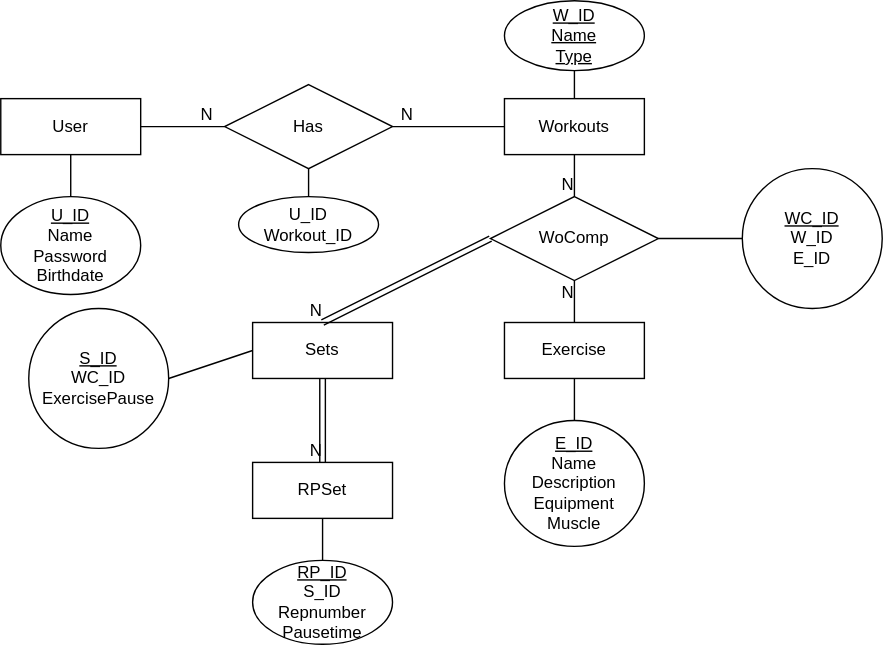
willizielke/FitnessWebAppDocumentation keeps this draw.io diagram as EER-Diagramm.drawio.svg. Above is the earlier version. Source tidied: cells renumbered, new cells last; positions are measured from the earlier drawing's top-left corner, leaving out a move shared by most shapes.
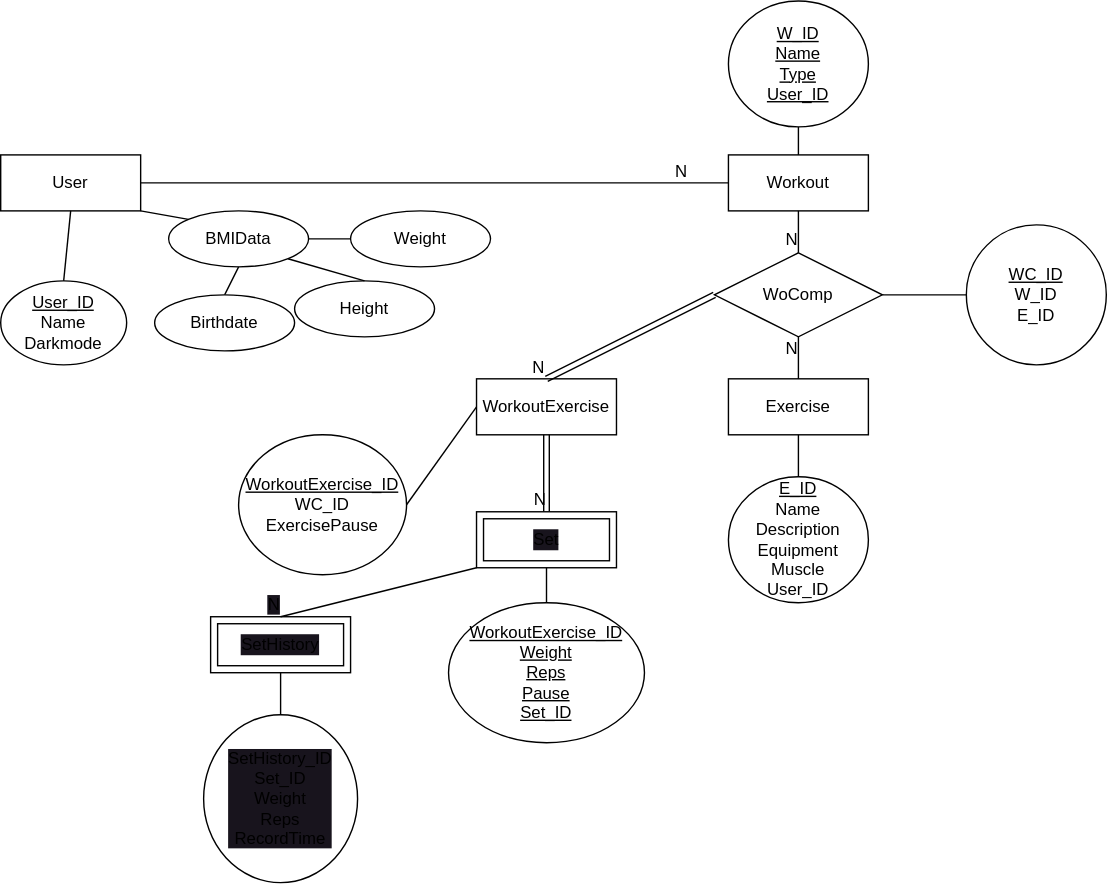
The same file after the commit.

Commit message:
Update EER Diagram

What changed in the source:
```diff
@@ -3,33 +3,22 @@
     <mxCell id="0" />
     <mxCell id="1" parent="0" />
     <mxCell id="2" value="User" style="whiteSpace=wrap;html=1;align=center;" parent="1" vertex="1">
-      <mxGeometry y="70" width="100" height="40" as="geometry" />
+      <mxGeometry x="-160" y="70" width="100" height="40" as="geometry" />
     </mxCell>
-    <mxCell id="3" value="Workouts" style="whiteSpace=wrap;html=1;align=center;" parent="1" vertex="1">
+    <mxCell id="3" value="Workout" style="whiteSpace=wrap;html=1;align=center;" parent="1" vertex="1">
       <mxGeometry x="360" y="70" width="100" height="40" as="geometry" />
     </mxCell>
     <mxCell id="4" value="Exercise" style="whiteSpace=wrap;html=1;align=center;" parent="1" vertex="1">
       <mxGeometry x="360" y="230" width="100" height="40" as="geometry" />
     </mxCell>
-    <mxCell id="5" value="Has" style="shape=rhombus;perimeter=rhombusPerimeter;whiteSpace=wrap;html=1;align=center;" parent="1" vertex="1">
-      <mxGeometry x="160" y="60" width="120" height="60" as="geometry" />
-    </mxCell>
-    <mxCell id="6" style="endArrow=none;html=1;rounded=0;exitX=1;exitY=0.5;exitDx=0;exitDy=0;entryX=0;entryY=0.5;entryDx=0;entryDy=0;" parent="1" edge="1" source="5" target="3">
+    <mxCell id="6" style="endArrow=none;html=1;rounded=0;exitX=1;exitY=0.5;exitDx=0;exitDy=0;entryX=0;entryY=0.5;entryDx=0;entryDy=0;" parent="1" edge="1" source="2" target="3">
       <mxGeometry relative="1" as="geometry" />
     </mxCell>
     <mxCell id="7" value="N" style="html=1;align=right;verticalAlign=bottom;" parent="6" vertex="1">
       <mxGeometry x="1" relative="1" as="geometry">
-        <mxPoint x="-65" as="offset" />
+        <mxPoint x="-29" as="offset" />
       </mxGeometry>
     </mxCell>
-    <mxCell id="8" style="endArrow=none;html=1;rounded=0;exitX=0;exitY=0.5;exitDx=0;exitDy=0;entryX=1;entryY=0.5;entryDx=0;entryDy=0;" parent="1" edge="1" source="5" target="2">
-      <mxGeometry relative="1" as="geometry" />
-    </mxCell>
-    <mxCell id="9" value="N" style="html=1;align=right;verticalAlign=bottom;" parent="8" vertex="1">
-      <mxGeometry x="1" relative="1" as="geometry">
-        <mxPoint x="52" as="offset" />
-      </mxGeometry>
-    </mxCell>
     <mxCell id="10" style="endArrow=none;html=1;rounded=0;exitX=0.5;exitY=1;exitDx=0;exitDy=0;entryX=0.5;entryY=0;entryDx=0;entryDy=0;" parent="1" edge="1" source="14" target="4">
       <mxGeometry relative="1" as="geometry" />
     </mxCell>
@@ -38,7 +27,7 @@
         <mxPoint y="-13" as="offset" />
       </mxGeometry>
     </mxCell>
-    <mxCell id="12" value="&lt;u&gt;E_ID&lt;/u&gt;&lt;br&gt;Name&lt;br&gt;Description&lt;br&gt;Equipment&lt;br&gt;Muscle" style="ellipse;whiteSpace=wrap;html=1;align=center;" parent="1" vertex="1">
+    <mxCell id="12" value="&lt;u&gt;E_ID&lt;/u&gt;&lt;br&gt;Name&lt;br&gt;Description&lt;br&gt;Equipment&lt;br&gt;Muscle&lt;br&gt;User_ID" style="ellipse;whiteSpace=wrap;html=1;align=center;" parent="1" vertex="1">
       <mxGeometry x="360" y="300" width="100" height="90" as="geometry" />
     </mxCell>
     <mxCell id="13" style="endArrow=none;html=1;rounded=0;exitX=0.5;exitY=0;exitDx=0;exitDy=0;entryX=0.5;entryY=1;entryDx=0;entryDy=0;" parent="1" edge="1" source="12" target="4">
@@ -60,20 +49,14 @@
         <mxPoint y="30" as="offset" />
       </mxGeometry>
     </mxCell>
-    <mxCell id="17" value="U_ID&lt;br&gt;Workout_ID" style="ellipse;whiteSpace=wrap;html=1;align=center;" parent="1" vertex="1">
-      <mxGeometry x="170" y="140" width="100" height="40" as="geometry" />
-    </mxCell>
-    <mxCell id="18" style="endArrow=none;html=1;rounded=0;exitX=0.5;exitY=0;exitDx=0;exitDy=0;entryX=0.5;entryY=1;entryDx=0;entryDy=0;" parent="1" edge="1" source="17" target="5">
-      <mxGeometry relative="1" as="geometry" />
-    </mxCell>
-    <mxCell id="19" value="&lt;u&gt;U_ID&lt;br&gt;&lt;/u&gt;Name&lt;br&gt;Password&lt;br&gt;Birthdate" style="ellipse;whiteSpace=wrap;html=1;align=center;" parent="1" vertex="1">
-      <mxGeometry y="140" width="100" height="70" as="geometry" />
+    <mxCell id="19" value="&lt;u&gt;User_ID&lt;br&gt;&lt;/u&gt;Name&lt;br&gt;Darkmode" style="ellipse;whiteSpace=wrap;html=1;align=center;" parent="1" vertex="1">
+      <mxGeometry x="-160" y="160" width="90" height="60" as="geometry" />
     </mxCell>
     <mxCell id="20" style="endArrow=none;html=1;rounded=0;exitX=0.5;exitY=0;exitDx=0;exitDy=0;entryX=0.5;entryY=1;entryDx=0;entryDy=0;" parent="1" edge="1" source="19" target="2">
       <mxGeometry relative="1" as="geometry" />
     </mxCell>
-    <mxCell id="21" value="W_ID&lt;br&gt;Name&lt;br&gt;Type" style="ellipse;whiteSpace=wrap;html=1;align=center;fontStyle=4;" parent="1" vertex="1">
-      <mxGeometry x="360" width="100" height="50" as="geometry" />
+    <mxCell id="21" value="W_ID&lt;br&gt;Name&lt;br&gt;Type&lt;br&gt;User_ID" style="ellipse;whiteSpace=wrap;html=1;align=center;fontStyle=4;" parent="1" vertex="1">
+      <mxGeometry x="360" y="-40" width="100" height="90" as="geometry" />
     </mxCell>
     <mxCell id="22" style="endArrow=none;html=1;rounded=0;exitX=0.5;exitY=0;exitDx=0;exitDy=0;entryX=0.5;entryY=1;entryDx=0;entryDy=0;" parent="1" edge="1" source="3" target="21">
       <mxGeometry relative="1" as="geometry" />
@@ -84,7 +67,7 @@
     <mxCell id="24" style="endArrow=none;html=1;rounded=0;exitX=1;exitY=0.5;exitDx=0;exitDy=0;entryX=0;entryY=0.5;entryDx=0;entryDy=0;" parent="1" edge="1" source="14" target="23">
       <mxGeometry relative="1" as="geometry" />
     </mxCell>
-    <mxCell id="25" value="Sets" style="whiteSpace=wrap;html=1;align=center;" parent="1" vertex="1">
+    <mxCell id="25" value="WorkoutExercise" style="whiteSpace=wrap;html=1;align=center;" parent="1" vertex="1">
       <mxGeometry x="180" y="230" width="100" height="40" as="geometry" />
     </mxCell>
     <mxCell id="26" style="shape=link;html=1;rounded=0;entryX=0.5;entryY=0;entryDx=0;entryDy=0;exitX=0;exitY=0.5;exitDx=0;exitDy=0;" parent="1" edge="1" source="14" target="25">
@@ -93,26 +76,65 @@
     <mxCell id="27" value="N" style="html=1;align=right;verticalAlign=bottom;" parent="26" vertex="1">
       <mxGeometry x="1" relative="1" as="geometry" />
     </mxCell>
-    <mxCell id="28" value="&lt;u&gt;S_ID&lt;/u&gt;&lt;br&gt;WC_ID&lt;br&gt;ExercisePause" style="ellipse;whiteSpace=wrap;html=1;align=center;" parent="1" vertex="1">
-      <mxGeometry x="20" y="220" width="100" height="100" as="geometry" />
+    <mxCell id="28" value="&lt;u&gt;WorkoutExercise_ID&lt;/u&gt;&lt;br&gt;WC_ID&lt;br&gt;ExercisePause" style="ellipse;whiteSpace=wrap;html=1;align=center;" parent="1" vertex="1">
+      <mxGeometry x="10" y="270" width="120" height="100" as="geometry" />
     </mxCell>
     <mxCell id="29" style="endArrow=none;html=1;rounded=0;exitX=0;exitY=0.5;exitDx=0;exitDy=0;entryX=1;entryY=0.5;entryDx=0;entryDy=0;" parent="1" edge="1" source="25" target="28">
       <mxGeometry relative="1" as="geometry" />
     </mxCell>
-    <mxCell id="30" value="RPSet" style="whiteSpace=wrap;html=1;align=center;" parent="1" vertex="1">
-      <mxGeometry x="180" y="330" width="100" height="40" as="geometry" />
-    </mxCell>
-    <mxCell id="31" style="shape=link;html=1;rounded=0;exitX=0.5;exitY=1;exitDx=0;exitDy=0;" parent="1" edge="1" source="25" target="30">
+    <mxCell id="31" style="shape=link;html=1;rounded=0;exitX=0.5;exitY=1;exitDx=0;exitDy=0;entryX=0.5;entryY=0;entryDx=0;entryDy=0;" parent="1" edge="1" source="25" target="43">
       <mxGeometry relative="1" as="geometry" />
     </mxCell>
     <mxCell id="32" value="N" style="html=1;align=right;verticalAlign=bottom;" parent="31" vertex="1">
       <mxGeometry x="1" relative="1" as="geometry" />
     </mxCell>
-    <mxCell id="33" value="&lt;u&gt;RP_ID&lt;br&gt;&lt;/u&gt;S_ID&lt;br&gt;Repnumber&lt;br&gt;Pausetime" style="ellipse;whiteSpace=wrap;html=1;align=center;" parent="1" vertex="1">
-      <mxGeometry x="180" y="400" width="100" height="60" as="geometry" />
+    <mxCell id="33" value="&lt;u&gt;WorkoutExercise_ID&lt;br&gt;Weight&lt;br&gt;Reps&lt;br&gt;Pause&lt;br&gt;Set_ID&lt;br&gt;&lt;/u&gt;" style="ellipse;whiteSpace=wrap;html=1;align=center;" parent="1" vertex="1">
+      <mxGeometry x="160" y="390" width="140" height="100" as="geometry" />
     </mxCell>
-    <mxCell id="34" style="endArrow=none;html=1;rounded=0;exitX=0.5;exitY=0;exitDx=0;exitDy=0;entryX=0.5;entryY=1;entryDx=0;entryDy=0;" parent="1" edge="1" source="33" target="30">
-      <mxGeometry relative="1" as="geometry" />
-    </mxCell>
+    <mxCell id="35" value="BMIData" style="ellipse;whiteSpace=wrap;html=1;align=center;" parent="1" vertex="1">
+      <mxGeometry x="-40" y="110" width="100" height="40" as="geometry" />
+    </mxCell>
+    <mxCell id="36" value="Height" style="ellipse;whiteSpace=wrap;html=1;align=center;" parent="1" vertex="1">
+      <mxGeometry x="50" y="160" width="100" height="40" as="geometry" />
+    </mxCell>
+    <mxCell id="37" value="Weight" style="ellipse;whiteSpace=wrap;html=1;align=center;" parent="1" vertex="1">
+      <mxGeometry x="90" y="110" width="100" height="40" as="geometry" />
+    </mxCell>
+    <mxCell id="38" style="endArrow=none;html=1;rounded=0;exitX=0.5;exitY=0;exitDx=0;exitDy=0;entryX=0.5;entryY=1;entryDx=0;entryDy=0;" parent="1" edge="1" source="42" target="35">
+      <mxGeometry relative="1" as="geometry" />
+    </mxCell>
+    <mxCell id="39" style="endArrow=none;html=1;rounded=0;exitX=0.5;exitY=0;exitDx=0;exitDy=0;entryX=1;entryY=1;entryDx=0;entryDy=0;" parent="1" edge="1" source="36" target="35">
+      <mxGeometry relative="1" as="geometry" />
+    </mxCell>
+    <mxCell id="40" style="endArrow=none;html=1;rounded=0;exitX=1;exitY=0.5;exitDx=0;exitDy=0;entryX=0;entryY=0.5;entryDx=0;entryDy=0;" parent="1" edge="1" source="35" target="37">
+      <mxGeometry relative="1" as="geometry" />
+    </mxCell>
+    <mxCell id="41" style="endArrow=none;html=1;rounded=0;exitX=0;exitY=0;exitDx=0;exitDy=0;entryX=1;entryY=1;entryDx=0;entryDy=0;" parent="1" edge="1" source="35" target="2">
+      <mxGeometry relative="1" as="geometry" />
+    </mxCell>
+    <mxCell id="42" value="Birthdate" style="ellipse;whiteSpace=wrap;html=1;align=center;" parent="1" vertex="1">
+      <mxGeometry x="-50" y="170" width="100" height="40" as="geometry" />
+    </mxCell>
+    <mxCell id="43" value="Set" style="shape=ext;margin=3;double=1;whiteSpace=wrap;html=1;align=center;labelBackgroundColor=#18141D;" parent="1" vertex="1">
+      <mxGeometry x="180" y="325" width="100" height="40" as="geometry" />
+    </mxCell>
+    <mxCell id="44" style="endArrow=none;html=1;rounded=0;exitX=0.5;exitY=1;exitDx=0;exitDy=0;entryX=0.5;entryY=0;entryDx=0;entryDy=0;" parent="1" edge="1" source="43" target="33">
+      <mxGeometry relative="1" as="geometry" />
+    </mxCell>
+    <mxCell id="45" value="SetHistory" style="shape=ext;margin=3;double=1;whiteSpace=wrap;html=1;align=center;labelBackgroundColor=#18141D;" parent="1" vertex="1">
+      <mxGeometry x="-10" y="400" width="100" height="40" as="geometry" />
+    </mxCell>
+    <mxCell id="46" style="endArrow=none;html=1;rounded=0;exitX=0;exitY=1;exitDx=0;exitDy=0;entryX=0.5;entryY=0;entryDx=0;entryDy=0;" parent="1" edge="1" source="43" target="45">
+      <mxGeometry relative="1" as="geometry" />
+    </mxCell>
+    <mxCell id="9" value="N" style="html=1;align=right;verticalAlign=bottom;labelBackgroundColor=#18141D;" parent="46" vertex="1">
+      <mxGeometry x="1" relative="1" as="geometry" />
+    </mxCell>
+    <mxCell id="47" value="SetHistory_ID&lt;br&gt;Set_ID&lt;br&gt;Weight&lt;br&gt;Reps&lt;br&gt;RecordTime" style="ellipse;whiteSpace=wrap;html=1;align=center;labelBackgroundColor=#18141D;" parent="1" vertex="1">
+      <mxGeometry x="-15" y="470" width="110" height="120" as="geometry" />
+    </mxCell>
+    <mxCell id="48" style="endArrow=none;html=1;rounded=0;exitX=0.5;exitY=0;exitDx=0;exitDy=0;entryX=0.5;entryY=1;entryDx=0;entryDy=0;" parent="1" edge="1" source="47" target="45">
+      <mxGeometry relative="1" as="geometry" />
+    </mxCell>
   </root>
 </mxGraphModel>
```
